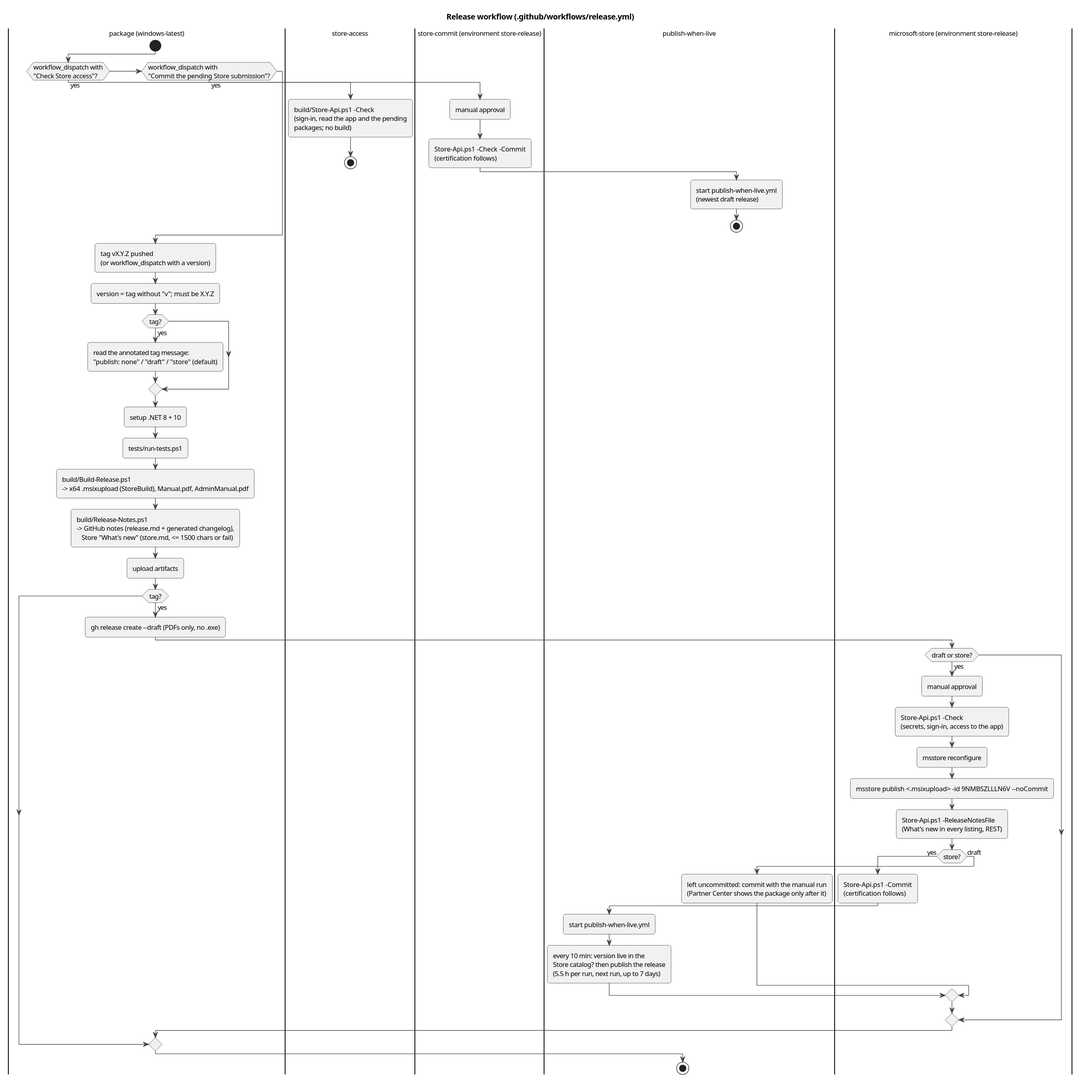
Above: docs/architecture/diagrams/act-release.svg in halatsWol/TextTemplateManager-v2 (PlantUML), before the change.
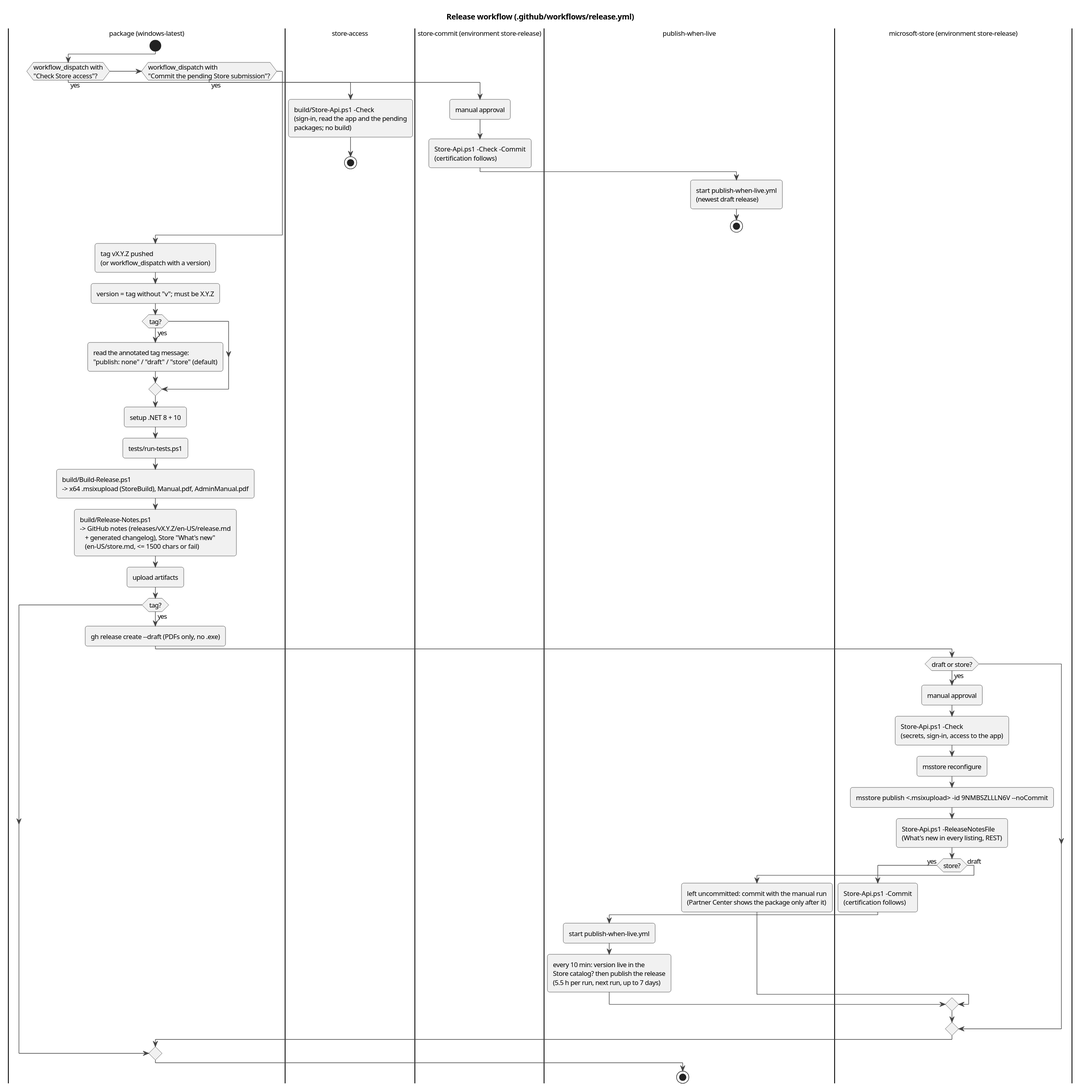
Above is the later version.

Diff of the diagram source:
```diff
@@ -25,7 +25,7 @@
 :setup .NET 8 + 10;
 :tests/run-tests.ps1;
 :build/Build-Release.ps1\n-> x64 .msixupload (StoreBuild), Manual.pdf, AdminManual.pdf;
-:build/Release-Notes.ps1\n-> GitHub notes (release.md + generated changelog),\n   Store "What's new" (store.md, <= 1500 chars or fail);
+:build/Release-Notes.ps1\n-> GitHub notes (releases/vX.Y.Z/en-US/release.md\n   + generated changelog), Store "What's new"\n   (en-US/store.md, <= 1500 chars or fail);
 :upload artifacts;
 if (tag?) then (yes)
   :gh release create --draft (PDFs only, no .exe);
```
